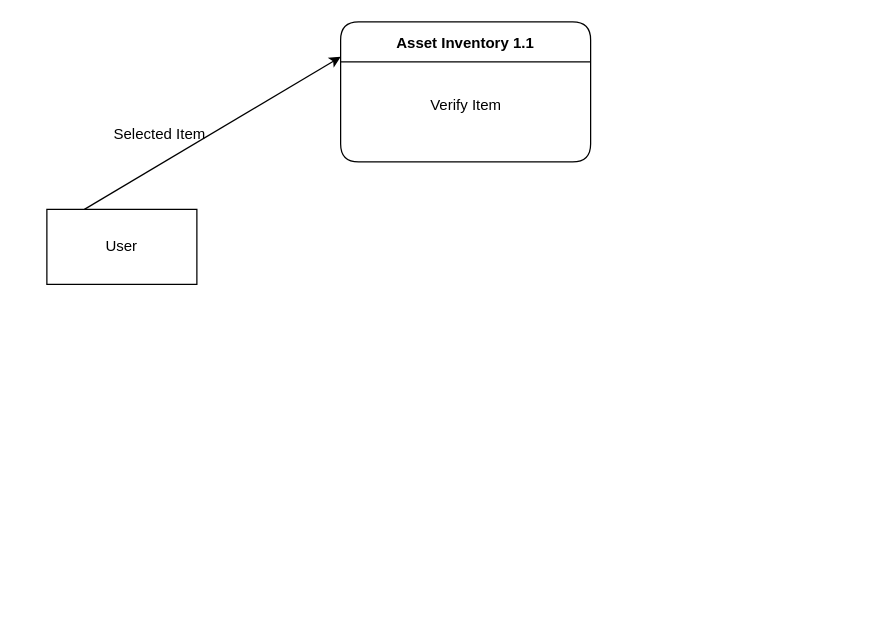
pyLuna/Total-Fire-Safety keeps this draw.io diagram as page "(1.2) Asset Inventory" (3 of 7) of CodePheus-DFD.drawio. Above is the earlier version. Source tidied: cells renumbered, new cells numbered last; positions are measured from the earlier drawing's top-left corner, leaving out a move shared by most shapes. Both pictures are drawn from the tidied source at 125%, with x=0, y=0 at pixel (46, 21).
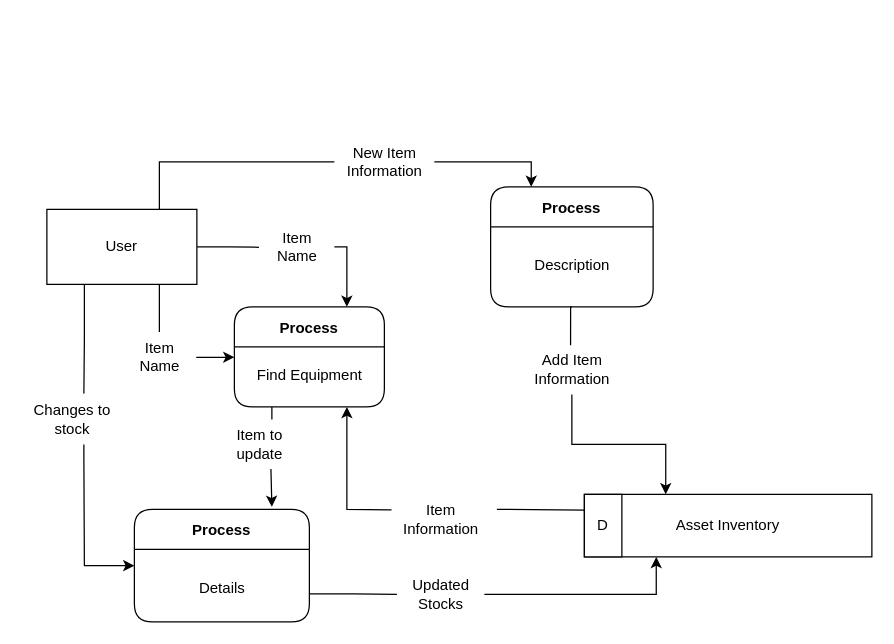
Above is the later version.

The change refers to these unchanged cells:
```xml
<mxCell id="3" value="User" style="rounded=0;whiteSpace=wrap;html=1;labelBackgroundColor=#FFFFFF;" parent="1" vertex="1">
  <mxGeometry y="150" width="120" height="60" as="geometry" />
</mxCell>
```

Diff of the diagram source:
```diff
@@
-    <mxCell id="2" style="edgeStyle=none;rounded=0;jettySize=auto;html=1;exitX=0.25;exitY=0;exitDx=0;exitDy=0;entryX=0;entryY=0.25;entryDx=0;entryDy=0;" parent="1" edge="1" source="3" target="4">
-      <mxGeometry relative="1" as="geometry" />
-    </mxCell>
+    <mxCell id="7" style="edgeStyle=orthogonalEdgeStyle;rounded=0;jettySize=auto;html=1;entryX=0;entryY=0.5;entryDx=0;entryDy=0;startArrow=none;exitX=0.62;exitY=1;exitDx=0;exitDy=0;exitPerimeter=0;" parent="1" edge="1" source="17" target="12">
+      <mxGeometry relative="1" as="geometry">
+        <Array as="points">
+          <mxPoint x="30" y="348" />
+          <mxPoint x="30" y="435" />
+        </Array>
+      </mxGeometry>
+    </mxCell>
+    <mxCell id="8" style="edgeStyle=orthogonalEdgeStyle;rounded=0;jettySize=auto;html=1;exitX=1;exitY=0.5;exitDx=0;exitDy=0;entryX=0.25;entryY=0;entryDx=0;entryDy=0;startArrow=none;" parent="1" edge="1" source="30" target="28">
+      <mxGeometry relative="1" as="geometry" />
+    </mxCell>
+    <mxCell id="9" style="edgeStyle=orthogonalEdgeStyle;rounded=0;jettySize=auto;html=1;exitX=0.992;exitY=0.508;exitDx=0;exitDy=0;entryX=0;entryY=0.5;entryDx=0;entryDy=0;startArrow=none;exitPerimeter=0;" parent="1" edge="1" source="34" target="22">
+      <mxGeometry relative="1" as="geometry" />
+    </mxCell>
+    <mxCell id="10" style="edgeStyle=orthogonalEdgeStyle;rounded=0;jettySize=auto;html=1;exitX=1;exitY=0.5;exitDx=0;exitDy=0;entryX=0.75;entryY=0;entryDx=0;entryDy=0;startArrow=none;" parent="1" edge="1" source="38" target="22">
+      <mxGeometry relative="1" as="geometry">
+        <Array as="points">
+          <mxPoint x="240" y="180" />
+        </Array>
+      </mxGeometry>
+    </mxCell>
@@
-    <mxCell id="4" value="Asset Inventory 1.1" style="swimlane;rounded=1;startSize=32;labelBackgroundColor=#FFFFFF;" parent="1" vertex="1">
-      <mxGeometry x="235" width="200" height="112" as="geometry" />
-    </mxCell>
-    <mxCell id="5" value="Verify Item" style="text;html=1;align=center;verticalAlign=middle;strokeColor=none;fillColor=none;rounded=1;labelBackgroundColor=#FFFFFF;" parent="4" vertex="1">
-      <mxGeometry x="60" y="52" width="80" height="30" as="geometry" />
-    </mxCell>
-    <mxCell id="6" value="Selected Item" style="text;html=1;align=center;verticalAlign=middle;strokeColor=none;fillColor=none;" parent="1" vertex="1">
-      <mxGeometry x="40" y="75" width="100" height="30" as="geometry" />
-    </mxCell>
+    <mxCell id="11" style="edgeStyle=orthogonalEdgeStyle;rounded=0;jettySize=auto;html=1;entryX=0.25;entryY=1;entryDx=0;entryDy=0;startArrow=none;" parent="1" edge="1" source="19" target="15">
+      <mxGeometry relative="1" as="geometry" />
+    </mxCell>
+    <mxCell id="12" value="Process" style="swimlane;rounded=1;startSize=32;labelBackgroundColor=#FFFFFF;" parent="1" vertex="1">
+      <mxGeometry x="70" y="390" width="140" height="90" as="geometry" />
+    </mxCell>
+    <mxCell id="13" value="Details" style="text;html=1;align=center;verticalAlign=middle;strokeColor=none;fillColor=none;" parent="12" vertex="1">
+      <mxGeometry x="40" y="48" width="60" height="30" as="geometry" />
+    </mxCell>
+    <mxCell id="14" style="group;" parent="1" vertex="1">
+      <mxGeometry x="430" y="378" width="230" height="50" as="geometry" />
+    </mxCell>
+    <mxCell id="15" value="Asset Inventory" style="rounded=0;whiteSpace=wrap;html=1;labelBackgroundColor=#FFFFFF;" parent="14" vertex="1">
+      <mxGeometry width="230" height="50" as="geometry" />
+    </mxCell>
+    <mxCell id="16" value="D" style="rounded=0;whiteSpace=wrap;html=1;labelBackgroundColor=#FFFFFF;" parent="14" vertex="1">
+      <mxGeometry width="30" height="50" as="geometry" />
+    </mxCell>
+    <mxCell id="17" value="Changes to&lt;br&gt;stock" style="text;html=1;align=center;verticalAlign=middle;points=[];strokeColor=none;fillColor=none;" parent="1" vertex="1">
+      <mxGeometry x="-20" y="298" width="80" height="40" as="geometry" />
+    </mxCell>
+    <mxCell id="18" style="edgeStyle=orthogonalEdgeStyle;rounded=0;jettySize=auto;html=1;exitX=0.25;exitY=1;exitDx=0;exitDy=0;endArrow=none;entryX=0.62;entryY=-0.015;entryDx=0;entryDy=0;entryPerimeter=0;" parent="1" edge="1" source="3" target="17">
+      <mxGeometry relative="1" as="geometry" />
+    </mxCell>
+    <mxCell id="19" value="Updated&lt;br&gt;Stocks" style="text;html=1;align=center;verticalAlign=middle;points=[];strokeColor=none;fillColor=none;" parent="1" vertex="1">
+      <mxGeometry x="280" y="438" width="70" height="40" as="geometry" />
+    </mxCell>
+    <mxCell id="20" style="edgeStyle=orthogonalEdgeStyle;rounded=0;jettySize=auto;html=1;exitX=1;exitY=0.75;exitDx=0;exitDy=0;endArrow=none;" parent="1" edge="1" source="12" target="19">
+      <mxGeometry relative="1" as="geometry" />
+    </mxCell>
+    <mxCell id="21" style="edgeStyle=orthogonalEdgeStyle;rounded=0;jettySize=auto;html=1;exitX=0.654;exitY=0.994;exitDx=0;exitDy=0;startArrow=none;exitPerimeter=0;" parent="1" edge="1" source="36">
+      <mxGeometry relative="1" as="geometry">
+        <mxPoint x="180" y="388" as="targetPoint" />
+      </mxGeometry>
+    </mxCell>
+    <mxCell id="22" value="Process" style="swimlane;rounded=1;startSize=32;labelBackgroundColor=#FFFFFF;" parent="1" vertex="1">
+      <mxGeometry x="150" y="228" width="120" height="80" as="geometry" />
+    </mxCell>
+    <mxCell id="23" value="Find Equipment" style="text;html=1;align=center;verticalAlign=middle;strokeColor=none;fillColor=none;" parent="22" vertex="1">
+      <mxGeometry x="5" y="40" width="110" height="30" as="geometry" />
+    </mxCell>
+    <mxCell id="24" style="edgeStyle=orthogonalEdgeStyle;rounded=0;jettySize=auto;html=1;exitX=0.009;exitY=0.309;exitDx=0;exitDy=0;entryX=0.75;entryY=1;entryDx=0;entryDy=0;startArrow=none;exitPerimeter=0;" parent="1" edge="1" source="25" target="22">
+      <mxGeometry relative="1" as="geometry">
+        <Array as="points">
+          <mxPoint x="274" y="390" />
+          <mxPoint x="240" y="390" />
+        </Array>
+      </mxGeometry>
+    </mxCell>
+    <mxCell id="25" value="Item&lt;br&gt;Information" style="text;html=1;align=center;verticalAlign=middle;points=[];strokeColor=none;fillColor=none;" parent="1" vertex="1">
+      <mxGeometry x="275" y="378" width="80" height="40" as="geometry" />
+    </mxCell>
+    <mxCell id="26" style="edgeStyle=orthogonalEdgeStyle;rounded=0;jettySize=auto;html=1;exitX=0;exitY=0.25;exitDx=0;exitDy=0;endArrow=none;" parent="1" edge="1" source="16">
+      <mxGeometry relative="1" as="geometry">
+        <mxPoint x="360" y="390" as="targetPoint" />
+      </mxGeometry>
+    </mxCell>
+    <mxCell id="27" style="edgeStyle=orthogonalEdgeStyle;rounded=0;jettySize=auto;html=1;exitX=0.5;exitY=1;exitDx=0;exitDy=0;entryX=0.283;entryY=0;entryDx=0;entryDy=0;entryPerimeter=0;startArrow=none;" parent="1" edge="1" source="32" target="15">
+      <mxGeometry relative="1" as="geometry" />
+    </mxCell>
+    <mxCell id="28" value="Process" style="swimlane;rounded=1;startSize=32;labelBackgroundColor=#FFFFFF;" parent="1" vertex="1">
+      <mxGeometry x="355" y="132" width="130" height="96" as="geometry" />
+    </mxCell>
+    <mxCell id="29" value="Description" style="text;html=1;align=center;verticalAlign=middle;strokeColor=none;fillColor=none;" parent="28" vertex="1">
+      <mxGeometry x="25" y="48" width="80" height="30" as="geometry" />
+    </mxCell>
+    <mxCell id="30" value="New Item&lt;br&gt;Information" style="text;html=1;align=center;verticalAlign=middle;points=[];strokeColor=none;fillColor=none;" parent="1" vertex="1">
+      <mxGeometry x="230" y="92" width="80" height="40" as="geometry" />
+    </mxCell>
+    <mxCell id="31" style="edgeStyle=orthogonalEdgeStyle;rounded=0;jettySize=auto;html=1;exitX=0.75;exitY=0;exitDx=0;exitDy=0;entryX=0;entryY=0.5;entryDx=0;entryDy=0;endArrow=none;" parent="1" edge="1" source="3" target="30">
+      <mxGeometry relative="1" as="geometry" />
+    </mxCell>
+    <mxCell id="32" value="Add Item&lt;br&gt;Information" style="text;html=1;align=center;verticalAlign=middle;points=[];strokeColor=none;fillColor=none;" parent="1" vertex="1">
+      <mxGeometry x="380" y="258" width="80" height="40" as="geometry" />
+    </mxCell>
+    <mxCell id="33" style="edgeStyle=orthogonalEdgeStyle;rounded=0;jettySize=auto;html=1;exitX=0.5;exitY=1;exitDx=0;exitDy=0;entryX=0.487;entryY=0.019;entryDx=0;entryDy=0;entryPerimeter=0;endArrow=none;" parent="1" edge="1" source="28" target="32">
+      <mxGeometry relative="1" as="geometry" />
+    </mxCell>
+    <mxCell id="34" value="Item&lt;br&gt;Name" style="text;html=1;align=center;verticalAlign=middle;points=[];strokeColor=none;fillColor=none;" parent="1" vertex="1">
+      <mxGeometry x="60" y="248" width="60" height="40" as="geometry" />
+    </mxCell>
+    <mxCell id="35" style="edgeStyle=orthogonalEdgeStyle;rounded=0;jettySize=auto;html=1;exitX=0.75;exitY=1;exitDx=0;exitDy=0;endArrow=none;" parent="1" edge="1" source="3">
+      <mxGeometry relative="1" as="geometry">
+        <mxPoint x="90" y="248" as="targetPoint" />
+        <Array as="points">
+          <mxPoint x="90" y="248" />
+        </Array>
+      </mxGeometry>
+    </mxCell>
+    <mxCell id="36" value="Item to&lt;br&gt;update" style="text;html=1;align=center;verticalAlign=middle;points=[];strokeColor=none;fillColor=none;" parent="1" vertex="1">
+      <mxGeometry x="140" y="318" width="60" height="40" as="geometry" />
+    </mxCell>
+    <mxCell id="37" style="edgeStyle=orthogonalEdgeStyle;rounded=0;jettySize=auto;html=1;exitX=0.25;exitY=1;exitDx=0;exitDy=0;endArrow=none;" parent="1" edge="1" source="22">
+      <mxGeometry relative="1" as="geometry">
+        <mxPoint x="180" y="318" as="targetPoint" />
+      </mxGeometry>
+    </mxCell>
+    <mxCell id="38" value="Item&lt;br&gt;Name" style="text;html=1;align=center;verticalAlign=middle;points=[];strokeColor=none;fillColor=none;" parent="1" vertex="1">
+      <mxGeometry x="170" y="160" width="60" height="40" as="geometry" />
+    </mxCell>
+    <mxCell id="39" style="edgeStyle=orthogonalEdgeStyle;rounded=0;jettySize=auto;html=1;exitX=1;exitY=0.5;exitDx=0;exitDy=0;entryX=-0.006;entryY=0.508;entryDx=0;entryDy=0;endArrow=none;entryPerimeter=0;" parent="1" edge="1" source="3" target="38">
+      <mxGeometry relative="1" as="geometry" />
+    </mxCell>
```
